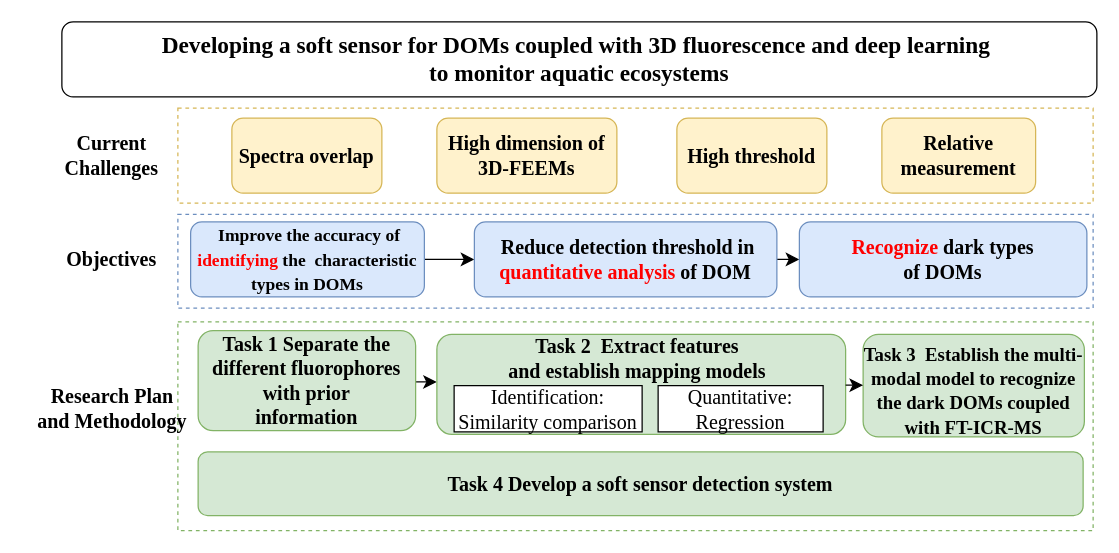
Before: he's lab rp/rp_he.drawio in chbambooshoot/digram, a draw.io diagram. Source tidied: cells renumbered, new cells numbered last; positions are measured from the earlier drawing's top-left corner, leaving out a move shared by most shapes. Both pictures are drawn from the tidied source at 125%, with x=0, y=0 at pixel (21, 21).
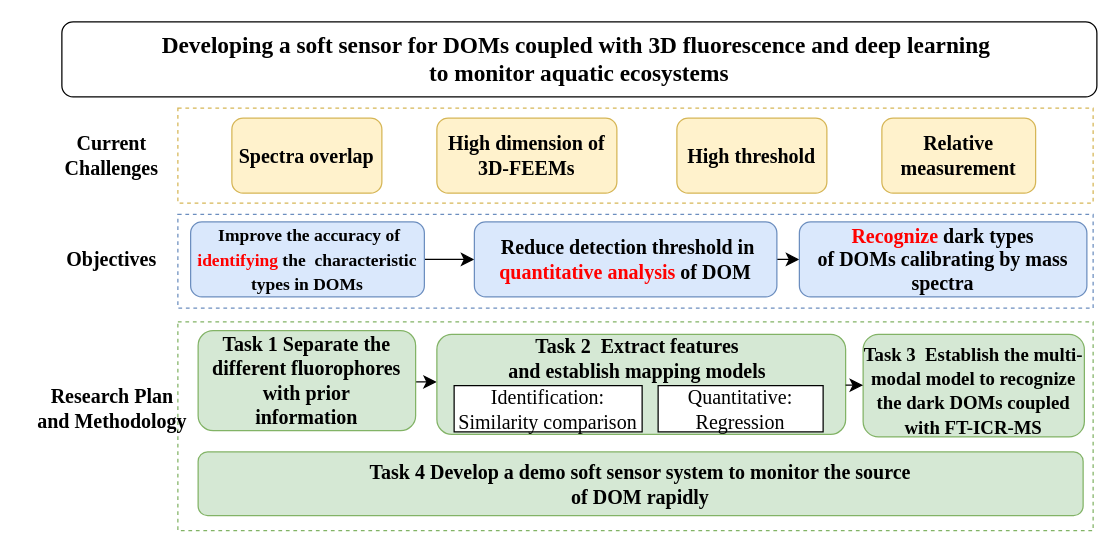
The same diagram, later.

What changed in the source:
```diff
@@
-    <mxCell id="16" value="&lt;a name=&quot;_Hlk170631226&quot;&gt;&lt;span style=&quot;font-size:12.0pt;font-family:&amp;quot;Times New Roman&amp;quot;,serif;mso-fareast-font-family:&lt;br/&gt;等线;mso-fareast-theme-font:minor-fareast;mso-font-kerning:1.0pt;mso-ansi-language:&lt;br/&gt;EN-US;mso-fareast-language:ZH-CN;mso-bidi-language:AR-SA&quot; lang=&quot;EN-US&quot;&gt;&lt;font color=&quot;#ff0000&quot;&gt;Recognize &lt;/font&gt;dark types&lt;br/&gt;of DOMs&lt;/span&gt;&lt;/a&gt;" style="whiteSpace=wrap;html=1;fontSize=16;rounded=1;fillColor=#dae8fc;strokeColor=#6c8ebf;fontFamily=Times New Roman;fontStyle=1;" parent="1" vertex="1">
+    <mxCell id="16" value="&lt;a name=&quot;_Hlk170631226&quot;&gt;&lt;span style=&quot;font-size:12.0pt;font-family:&amp;quot;Times New Roman&amp;quot;,serif;mso-fareast-font-family:&lt;br/&gt;等线;mso-fareast-theme-font:minor-fareast;mso-font-kerning:1.0pt;mso-ansi-language:&lt;br/&gt;EN-US;mso-fareast-language:ZH-CN;mso-bidi-language:AR-SA&quot; lang=&quot;EN-US&quot;&gt;&lt;font color=&quot;#ff0000&quot;&gt;Recognize &lt;/font&gt;dark types&lt;br/&gt;of DOMs&lt;/span&gt;&lt;/a&gt;&lt;span style=&quot;font-size:12.0pt;font-family:&amp;quot;Times New Roman&amp;quot;,serif;&lt;br/&gt;mso-fareast-font-family:等线;mso-fareast-theme-font:minor-fareast;mso-font-kerning:&lt;br/&gt;1.0pt;mso-ansi-language:EN-US;mso-fareast-language:ZH-CN;mso-bidi-language:&lt;br/&gt;AR-SA&quot; lang=&quot;EN-US&quot;&gt; calibrating by mass spectra&lt;/span&gt;" style="whiteSpace=wrap;html=1;fontSize=16;rounded=1;fillColor=#dae8fc;strokeColor=#6c8ebf;fontFamily=Times New Roman;fontStyle=1;" parent="1" vertex="1">
       <mxGeometry x="622" y="160" width="230" height="60" as="geometry" />
     </mxCell>
@@
-    <mxCell id="19" value="&lt;span&gt;Task 4&amp;nbsp;&lt;/span&gt;&lt;span style=&quot;font-size:12.0pt;font-family:&lt;br/&gt;&amp;quot;Times New Roman&amp;quot;,serif;mso-fareast-font-family:等线;mso-fareast-theme-font:minor-fareast;&lt;br/&gt;mso-font-kerning:1.0pt;mso-ansi-language:EN-US;mso-fareast-language:ZH-CN;&lt;br/&gt;mso-bidi-language:AR-SA&quot; lang=&quot;EN-US&quot;&gt;Develop a soft sensor detection system&lt;/span&gt;" style="rounded=1;whiteSpace=wrap;html=1;fontSize=16;fillColor=#d5e8d4;strokeColor=#82b366;fontFamily=Times New Roman;fontStyle=1;" parent="1" vertex="1">
+    <mxCell id="19" value="&lt;span&gt;Task 4&amp;nbsp;&lt;/span&gt;&lt;span style=&quot;font-size:12.0pt;font-family:&lt;br/&gt;&amp;quot;Times New Roman&amp;quot;,serif;mso-fareast-font-family:等线;mso-fareast-theme-font:minor-fareast;&lt;br/&gt;mso-font-kerning:1.0pt;mso-ansi-language:EN-US;mso-fareast-language:ZH-CN;&lt;br/&gt;mso-bidi-language:AR-SA&quot; lang=&quot;EN-US&quot;&gt;Develop a demo soft sensor system to monitor the source&lt;br/&gt;of DOM rapidly&lt;/span&gt;" style="rounded=1;whiteSpace=wrap;html=1;fontSize=16;fillColor=#d5e8d4;strokeColor=#82b366;fontFamily=Times New Roman;fontStyle=1;" parent="1" vertex="1">
       <mxGeometry x="141" y="344" width="708" height="51" as="geometry" />
     </mxCell>
```
